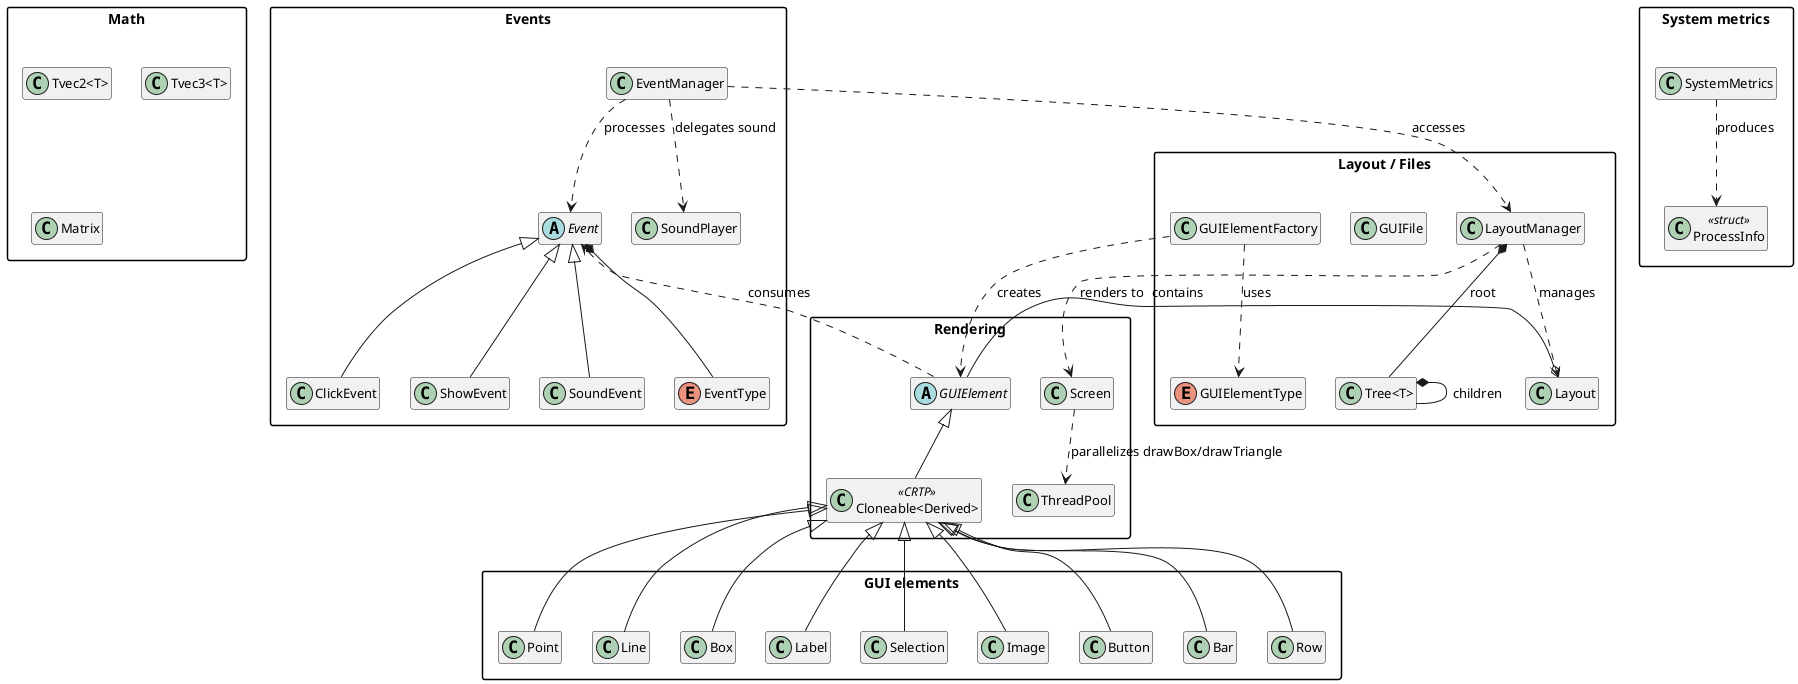
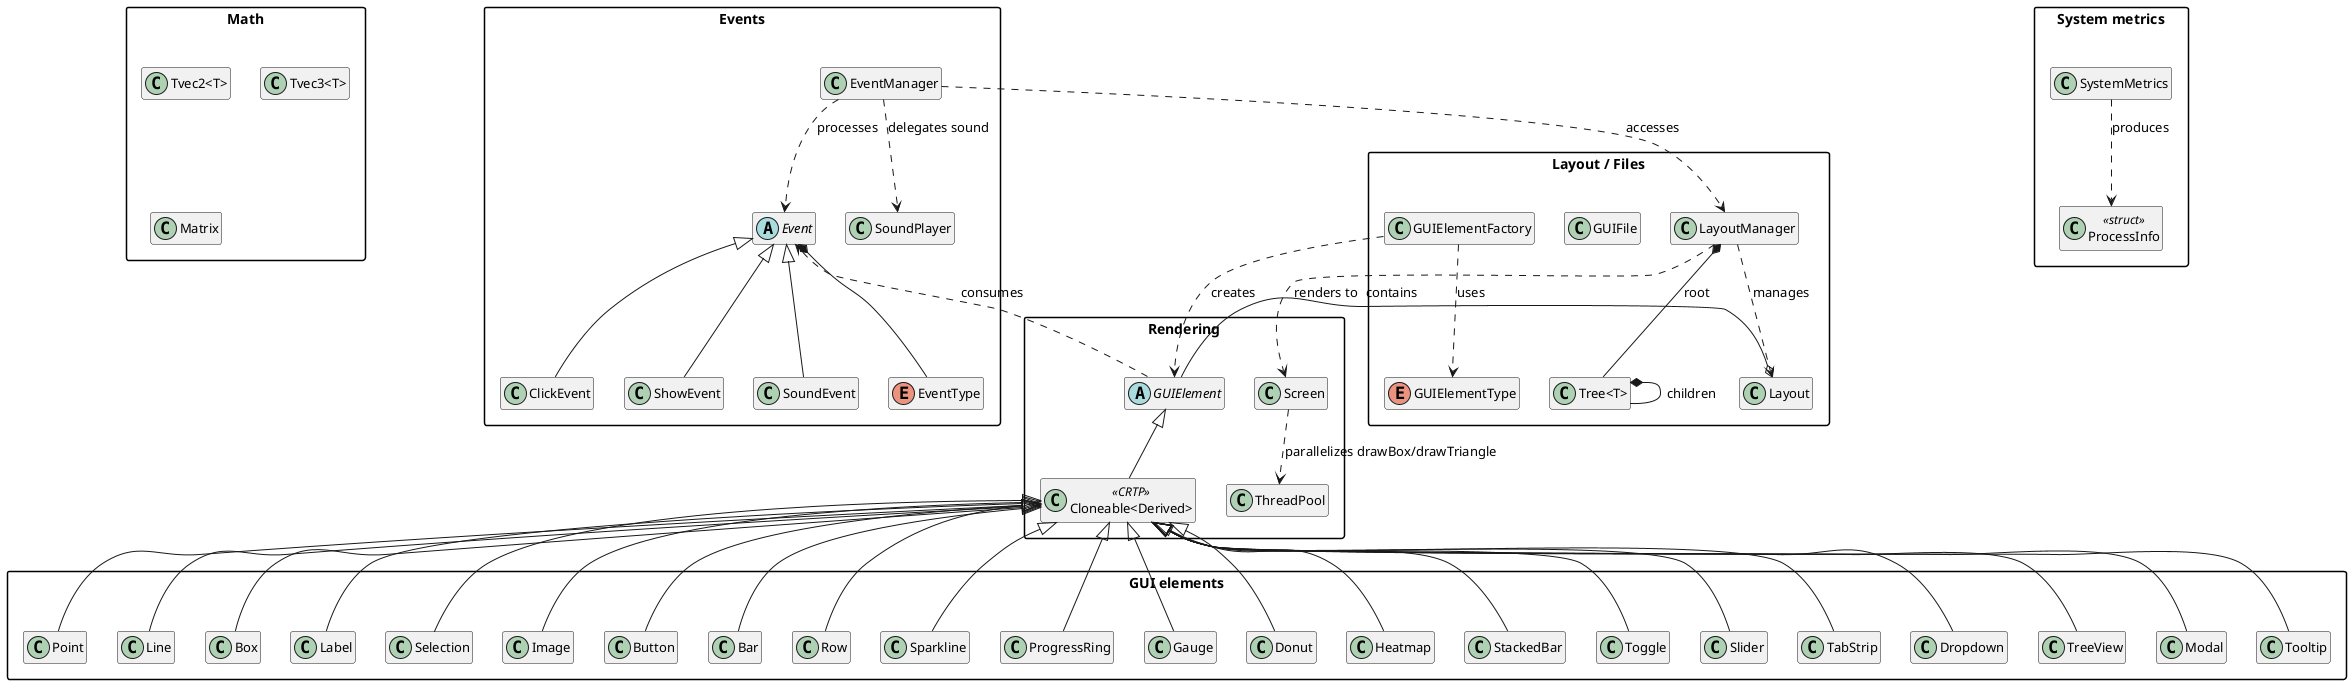
@startuml overview

skinparam classFontSize 13
skinparam ranksep 35
skinparam nodesep 30
skinparam packageStyle rectangle
hide members

package "Math" {
    class "Tvec2<T>"
    class "Tvec3<T>"
    class Matrix
}

package "Rendering" {
    class Screen
    class ThreadPool
    abstract class GUIElement
    class "Cloneable<Derived>" <<CRTP>>
}

package "GUI elements" {
    class Point
    class Line
    class Box
    class Label
    class Selection
    class Image
    class Button
    class Bar
    class Row
+     class Sparkline
+     class ProgressRing
+     class Gauge
+     class Donut
+     class Heatmap
+     class StackedBar
+     class Toggle
+     class Slider
+     class TabStrip
+     class Dropdown
+     class TreeView
+     class Modal
+     class Tooltip
}

package "Layout / Files" {
    class "Tree<T>"
    class Layout
    class LayoutManager
    class GUIFile
    class GUIElementFactory
    enum GUIElementType
}

package "Events" {
    abstract class Event
    class ClickEvent
    class ShowEvent
    class SoundEvent
    enum EventType
    class EventManager
    class SoundPlayer
}

package "System metrics" {
    class SystemMetrics
    class ProcessInfo <<struct>>
}

GUIElement <|-- "Cloneable<Derived>"
"Cloneable<Derived>" <|-- Point
"Cloneable<Derived>" <|-- Line
"Cloneable<Derived>" <|-- Box
"Cloneable<Derived>" <|-- Label
"Cloneable<Derived>" <|-- Selection
"Cloneable<Derived>" <|-- Image
"Cloneable<Derived>" <|-- Button
"Cloneable<Derived>" <|-- Bar
"Cloneable<Derived>" <|-- Row
+ "Cloneable<Derived>" <|-- Sparkline
+ "Cloneable<Derived>" <|-- ProgressRing
+ "Cloneable<Derived>" <|-- Gauge
+ "Cloneable<Derived>" <|-- Donut
+ "Cloneable<Derived>" <|-- Heatmap
+ "Cloneable<Derived>" <|-- StackedBar
+ "Cloneable<Derived>" <|-- Toggle
+ "Cloneable<Derived>" <|-- Slider
+ "Cloneable<Derived>" <|-- TabStrip
+ "Cloneable<Derived>" <|-- Dropdown
+ "Cloneable<Derived>" <|-- TreeView
+ "Cloneable<Derived>" <|-- Modal
+ "Cloneable<Derived>" <|-- Tooltip

Event <|-- ClickEvent
Event <|-- ShowEvent
Event <|-- SoundEvent
Event *-- EventType

GUIElementFactory ..> GUIElement : creates
GUIElementFactory ..> GUIElementType : uses

Layout o-- GUIElement : contains
"Tree<T>" *-- "Tree<T>" : children
LayoutManager *-- "Tree<T>" : root
LayoutManager ..> Layout : manages
LayoutManager ..> Screen : renders to

EventManager ..> Event : processes
EventManager ..> LayoutManager : accesses
EventManager ..> SoundPlayer : delegates sound
GUIElement ..> Event : consumes

Screen ..> ThreadPool : parallelizes drawBox/drawTriangle
SystemMetrics ..> ProcessInfo : produces

@enduml
